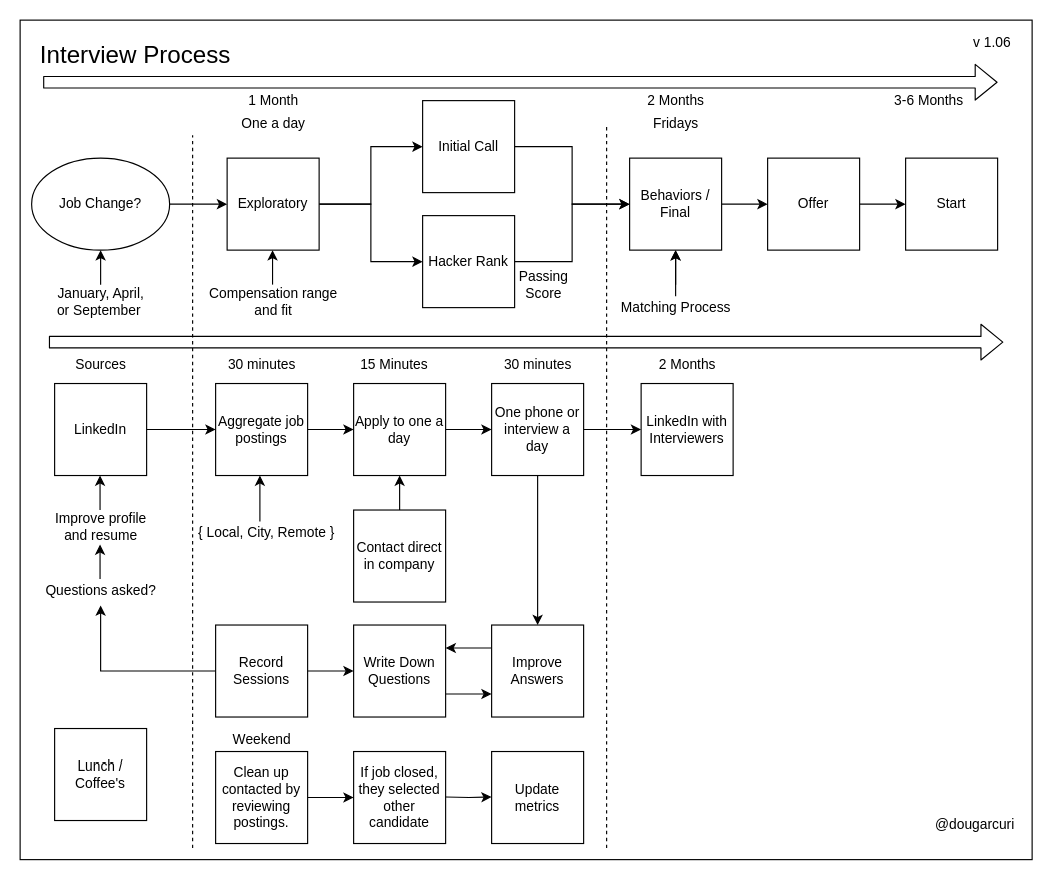
Earlier version of the draw.io diagram interviews/diagrams/interviewing-process.drawio (solidi/learning-notes). Source tidied: cells renumbered, new cells numbered last; positions are measured from the earlier drawing's top-left corner, leaving out a move shared by most shapes. Both pictures are drawn from the tidied source at 115%, with x=0, y=0 at pixel (20, 20).
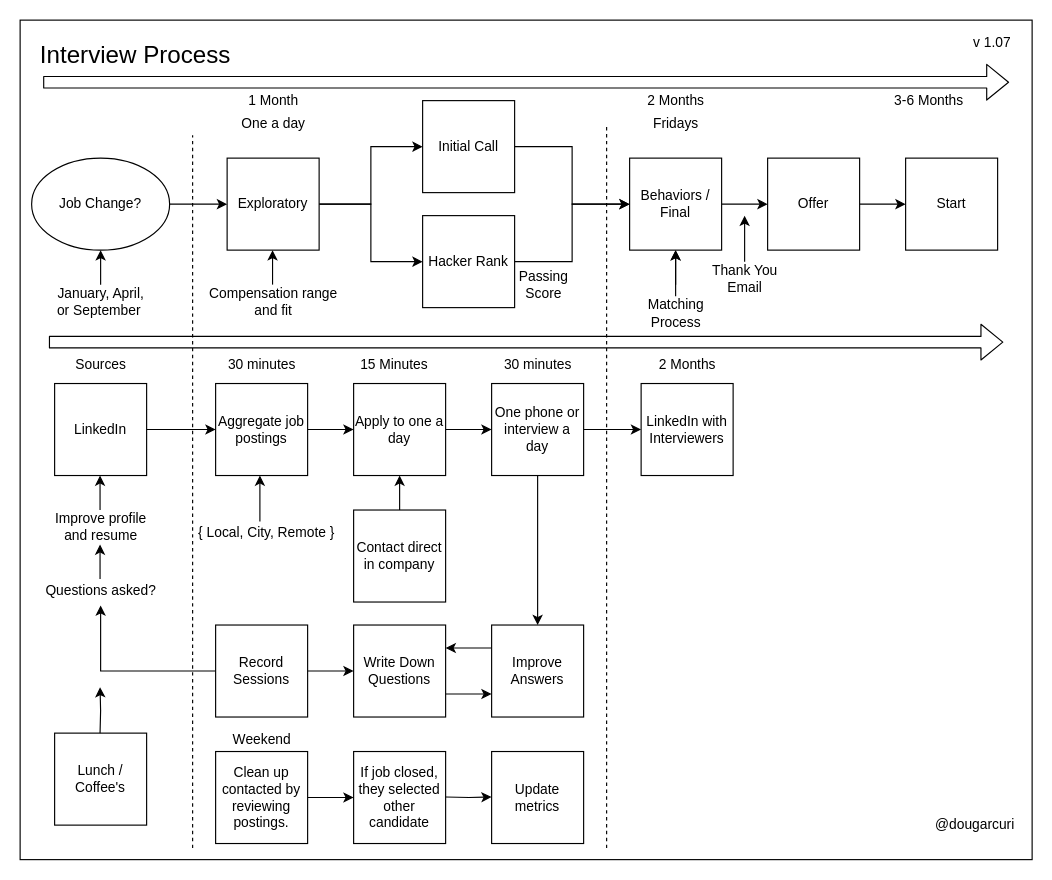
After the change.

Commit message (it also covers changes not shown here):
Add minor details to interview mapping

What changed in the source:
```diff
@@
     <mxCell id="30" style="shape=flexArrow;endArrow=classic;html=1;" parent="1" edge="1">
       <mxGeometry relative="1" as="geometry">
         <mxPoint x="20" y="54" as="sourcePoint" />
-        <mxPoint x="850" y="54" as="targetPoint" />
+        <mxPoint x="860" y="54" as="targetPoint" />
       </mxGeometry>
     </mxCell>
@@
-    <mxCell id="45" value="Matching Process" style="text;html=1;align=center;verticalAlign=middle;points=[];" parent="1" vertex="1">
-      <mxGeometry x="515" y="240" width="110" height="20" as="geometry" />
+    <mxCell id="45" value="Matching&lt;br&gt;Process" style="text;html=1;align=center;verticalAlign=middle;points=[];" parent="1" vertex="1">
+      <mxGeometry x="540" y="240" width="60" height="30" as="geometry" />
     </mxCell>
@@
-    <mxCell id="51" value="v 1.06" style="text;html=1;align=center;verticalAlign=middle;" parent="1" vertex="1">
+    <mxCell id="51" value="v 1.07" style="text;html=1;align=center;verticalAlign=middle;" parent="1" vertex="1">
       <mxGeometry x="820" y="10" width="50" height="20" as="geometry" />
     </mxCell>
@@
     <mxCell id="71" value="Lunch / Coffee's" style="whiteSpace=wrap;html=1;" parent="1" vertex="1">
-      <mxGeometry x="30" y="616" width="80" height="80" as="geometry" />
+      <mxGeometry x="30" y="620" width="80" height="80" as="geometry" />
     </mxCell>
@@
+    <mxCell id="74" style="edgeStyle=orthogonalEdgeStyle;rounded=0;jettySize=auto;html=1;" parent="1" edge="1" source="75">
+      <mxGeometry relative="1" as="geometry">
+        <mxPoint x="630" y="170" as="targetPoint" />
+      </mxGeometry>
+    </mxCell>
+    <mxCell id="75" value="Thank You&lt;br&gt;Email" style="text;html=1;align=center;verticalAlign=middle;points=[];" parent="1" vertex="1">
+      <mxGeometry x="595" y="210" width="70" height="30" as="geometry" />
+    </mxCell>
+    <mxCell id="76" style="edgeStyle=orthogonalEdgeStyle;rounded=0;orthogonalLoop=1;jettySize=auto;html=1;" parent="1" edge="1">
+      <mxGeometry relative="1" as="geometry">
+        <mxPoint x="69.5" y="620" as="sourcePoint" />
+        <mxPoint x="69.5" y="580" as="targetPoint" />
+      </mxGeometry>
+    </mxCell>
```
